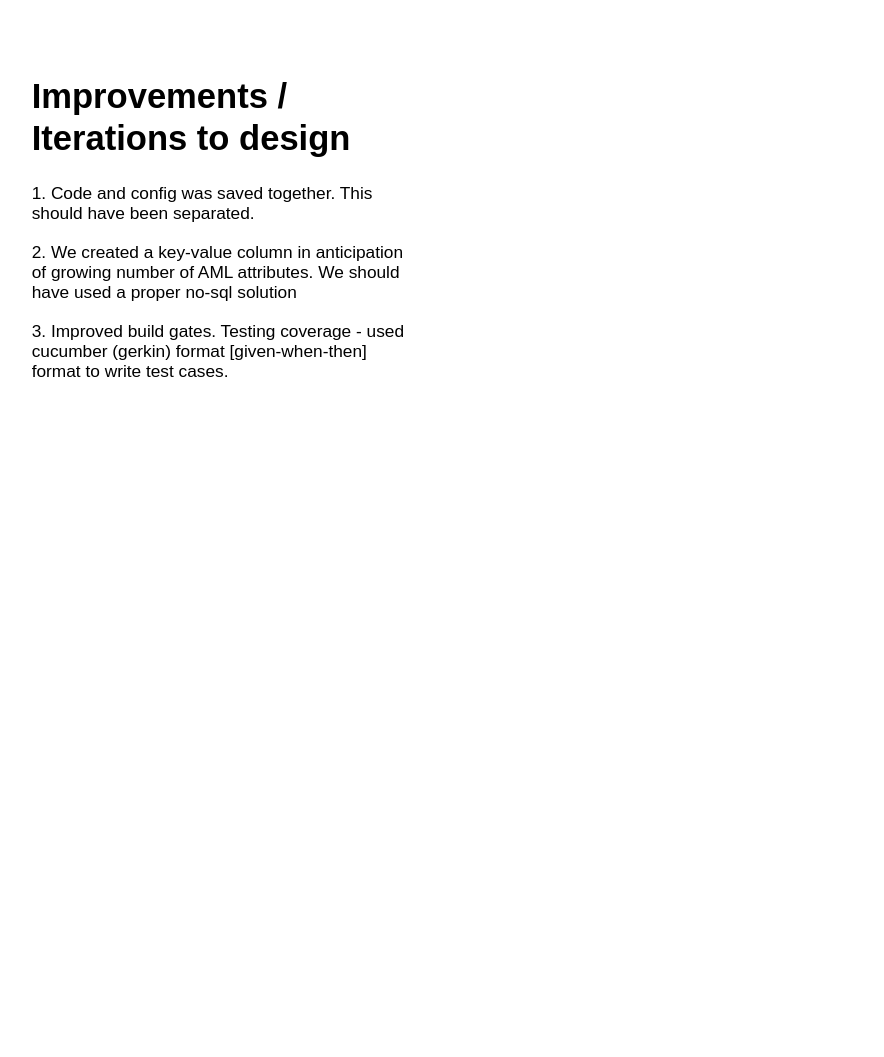
Before: page "Things that could be improved" (3 of 3) of src/systemdesign/AMLFlow.drawio in vaibhavsabnis/problem_practise, a draw.io diagram. Source tidied: cells renumbered, new cells numbered last; positions are measured from the earlier drawing's top-left corner, leaving out a move shared by most shapes. Both pictures are drawn from the tidied source at 144%, with x=0, y=0 at pixel (24, 68).
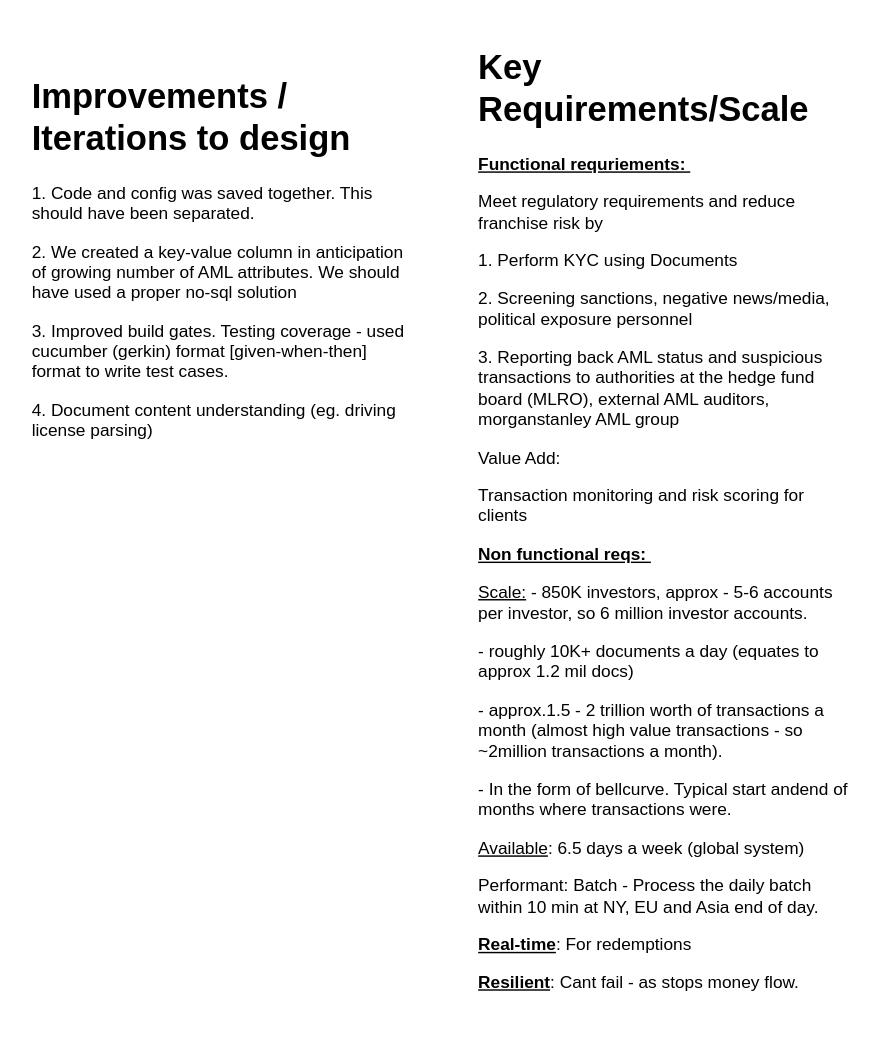
The same page after the edit.

Commit message (it also covers changes not shown here):
added requirements/ learnings

The edit, as a diff of the source:
```diff
@@
 <mxGraphModel>
   <root>
     <mxCell id="0" />
     <mxCell id="1" parent="0" />
-    <mxCell id="2" value="&lt;h1&gt;Improvements / Iterations to design&lt;/h1&gt;&lt;p&gt;1. Code and config was saved together. This should have been separated.&lt;/p&gt;&lt;p&gt;2. We created a key-value column in anticipation of growing number of AML attributes. We should have used a proper no-sql solution&lt;/p&gt;&lt;p&gt;3. Improved build gates. Testing coverage - used cucumber (gerkin) format [given-when-then] format to write test cases.&amp;nbsp;&lt;/p&gt;" style="text;html=1;strokeColor=none;fillColor=none;spacing=5;spacingTop=-20;whiteSpace=wrap;overflow=hidden;rounded=0;" parent="1" vertex="1">
+    <mxCell id="2" value="&lt;h1&gt;Improvements / Iterations to design&lt;/h1&gt;&lt;p&gt;1. Code and config was saved together. This should have been separated.&lt;/p&gt;&lt;p&gt;2. We created a key-value column in anticipation of growing number of AML attributes. We should have used a proper no-sql solution&lt;/p&gt;&lt;p&gt;3. Improved build gates. Testing coverage - used cucumber (gerkin) format [given-when-then] format to write test cases.&amp;nbsp;&lt;/p&gt;&lt;p&gt;4. Document content understanding (eg. driving license parsing)&amp;nbsp;&lt;/p&gt;" style="text;html=1;strokeColor=none;fillColor=none;spacing=5;spacingTop=-20;whiteSpace=wrap;overflow=hidden;rounded=0;" parent="1" vertex="1">
       <mxGeometry width="270" height="390" as="geometry" />
     </mxCell>
+    <mxCell id="3" value="&lt;h1&gt;Key Requirements/Scale&amp;nbsp;&lt;/h1&gt;&lt;p&gt;&lt;u&gt;&lt;b&gt;Functional requriements:&amp;nbsp;&lt;/b&gt;&lt;/u&gt;&lt;/p&gt;&lt;p&gt;Meet regulatory requirements and reduce franchise risk by&amp;nbsp;&lt;/p&gt;&lt;p&gt;1. Perform KYC using Documents&amp;nbsp;&lt;/p&gt;&lt;p&gt;2. Screening sanctions, negative news/media, political exposure personnel&lt;/p&gt;&lt;p&gt;3. Reporting back AML status and suspicious transactions to authorities at the hedge fund board (MLRO), external AML auditors, morganstanley AML group&lt;/p&gt;&lt;p&gt;&lt;span&gt;Value Add:&lt;/span&gt;&lt;br&gt;&lt;/p&gt;&lt;p&gt;Transaction monitoring and risk scoring for clients&lt;/p&gt;&lt;p&gt;&lt;u&gt;&lt;b&gt;Non functional reqs:&amp;nbsp;&lt;/b&gt;&lt;/u&gt;&lt;/p&gt;&lt;p&gt;&lt;u&gt;Scale:&lt;/u&gt;&amp;nbsp;&lt;span&gt;- 850K investors, approx - 5-6 accounts per investor, so 6 million investor accounts.&lt;/span&gt;&lt;/p&gt;&lt;p&gt;- roughly 10K+ documents a day (equates to approx 1.2 mil docs)&amp;nbsp;&lt;/p&gt;&lt;p&gt;- approx.1.5 - 2 trillion worth of transactions a month (almost high value transactions - so ~2million transactions a month).&lt;/p&gt;&lt;p&gt;- In the form of bellcurve. Typical start andend of months where transactions were.&amp;nbsp;&lt;/p&gt;&lt;p&gt;&lt;span&gt;&lt;u&gt;Available&lt;/u&gt;: 6.5 days a week (global system)&amp;nbsp;&lt;/span&gt;&lt;/p&gt;&lt;p&gt;Performant:&amp;nbsp;&lt;span&gt;Batch - Process the daily batch within 10 min at NY, EU and Asia end of day.&lt;/span&gt;&lt;/p&gt;&lt;p&gt;&lt;b&gt;&lt;u&gt;Real-time&lt;/u&gt;&lt;/b&gt;: For redemptions&lt;/p&gt;&lt;p&gt;&lt;b&gt;&lt;u&gt;Resilient&lt;/u&gt;&lt;/b&gt;: Cant fail - as stops money flow.&amp;nbsp;&lt;/p&gt;&lt;p&gt;&lt;u&gt;&lt;b&gt;&lt;br&gt;&lt;/b&gt;&lt;/u&gt;&lt;/p&gt;" style="text;html=1;strokeColor=none;fillColor=none;spacing=5;spacingTop=-20;whiteSpace=wrap;overflow=hidden;rounded=0;" parent="1" vertex="1">
+      <mxGeometry x="310" y="-20" width="270" height="690" as="geometry" />
+    </mxCell>
   </root>
 </mxGraphModel>
```
